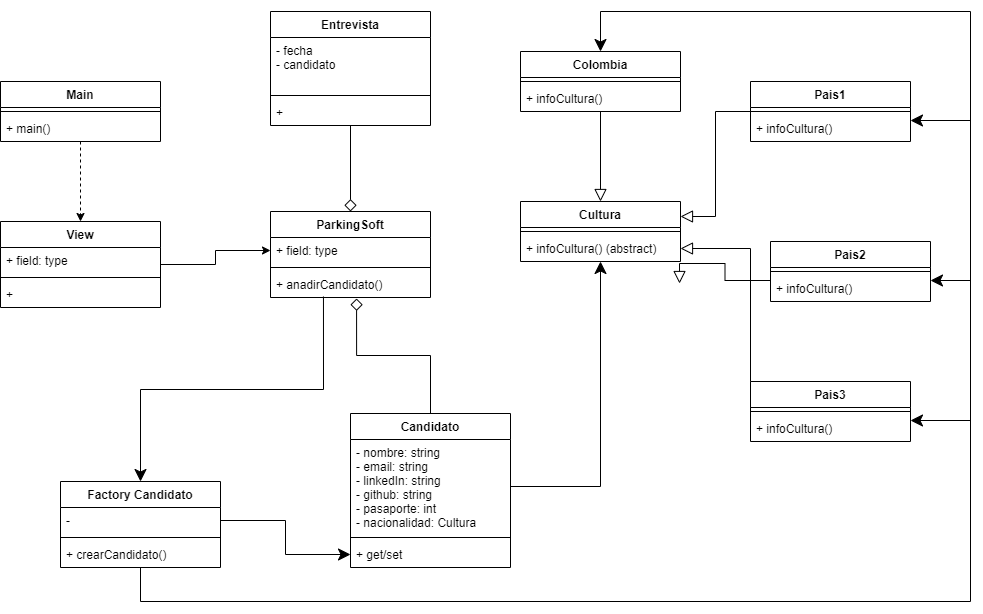
This is Diagrama/Diagrama clases - Recruitment.png from IsaacEscobar/Recruitment-IER-EDLF, a draw.io export, as it was before one commit. Source tidied: cells renumbered, new cells last; positions are measured from the earlier drawing's top-left corner, leaving out a move shared by most shapes.
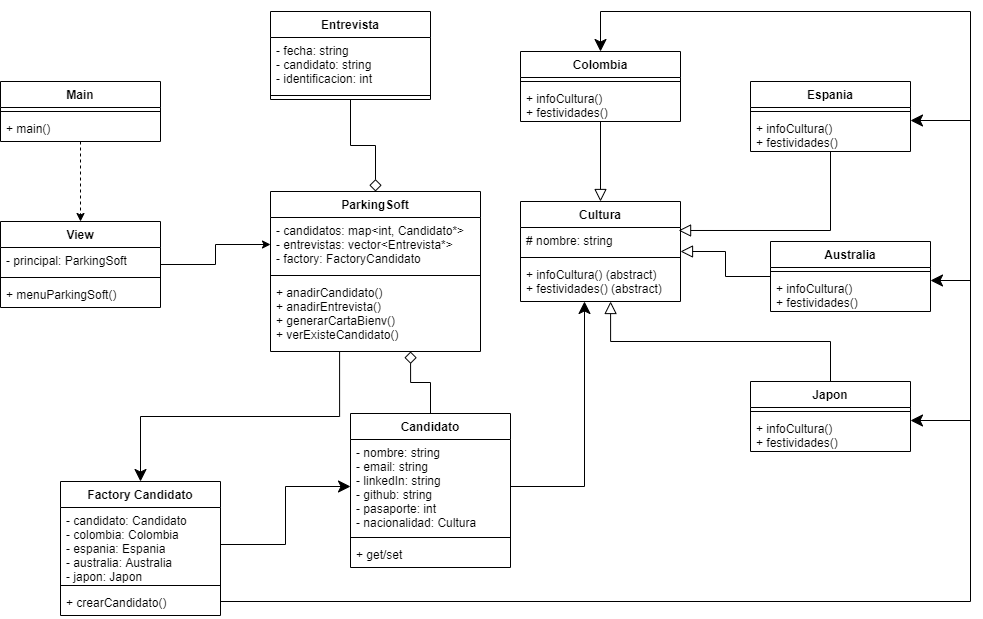
Later version of the same file.

Commit message:
diagrama terminado

Diff of the diagram source:
```diff
@@ -20,31 +20,31 @@
     <mxCell id="7" value="View" style="swimlane;fontStyle=1;align=center;verticalAlign=top;horizontal=1;startSize=26;" parent="1" vertex="1">
       <mxGeometry y="210" width="160" height="86" as="geometry" />
     </mxCell>
-    <mxCell id="8" value="+ field: type" style="text;strokeColor=none;fillColor=none;align=left;verticalAlign=top;spacingLeft=4;spacingRight=4;overflow=hidden;" parent="7" vertex="1">
+    <mxCell id="8" value="- principal: ParkingSoft" style="text;strokeColor=none;fillColor=none;align=left;verticalAlign=top;spacingLeft=4;spacingRight=4;overflow=hidden;" parent="7" vertex="1">
       <mxGeometry y="26" width="160" height="26" as="geometry" />
     </mxCell>
     <mxCell id="9" style="line;strokeWidth=1;fillColor=none;align=left;verticalAlign=middle;spacingTop=-1;spacingLeft=3;spacingRight=3;labelPosition=right;" parent="7" vertex="1">
       <mxGeometry y="52" width="160" height="8" as="geometry" />
     </mxCell>
-    <mxCell id="10" value="+ " style="text;strokeColor=none;fillColor=none;align=left;verticalAlign=top;spacingLeft=4;spacingRight=4;overflow=hidden;" parent="7" vertex="1">
+    <mxCell id="10" value="+ menuParkingSoft()" style="text;strokeColor=none;fillColor=none;align=left;verticalAlign=top;spacingLeft=4;spacingRight=4;overflow=hidden;" parent="7" vertex="1">
       <mxGeometry y="60" width="160" height="26" as="geometry" />
     </mxCell>
-    <mxCell id="11" style="edgeStyle=orthogonalEdgeStyle;rounded=0;jettySize=auto;html=1;entryX=0.5;entryY=0;entryDx=0;entryDy=0;startArrow=none;startFill=0;endArrow=classic;endFill=1;startSize=10;endSize=10;strokeWidth=1;exitX=0.331;exitY=0.962;exitDx=0;exitDy=0;exitPerimeter=0;" parent="1" edge="1" source="15" target="38">
+    <mxCell id="11" style="edgeStyle=orthogonalEdgeStyle;rounded=0;jettySize=auto;html=1;entryX=0.5;entryY=0;entryDx=0;entryDy=0;startArrow=none;startFill=0;endArrow=classic;endFill=1;startSize=10;endSize=10;strokeWidth=1;exitX=0.329;exitY=1;exitDx=0;exitDy=0;exitPerimeter=0;" parent="1" edge="1" source="15" target="38">
       <mxGeometry relative="1" as="geometry" />
     </mxCell>
     <mxCell id="12" value="ParkingSoft" style="swimlane;fontStyle=1;align=center;verticalAlign=top;horizontal=1;startSize=26;" parent="1" vertex="1">
-      <mxGeometry x="270" y="200" width="160" height="86" as="geometry" />
+      <mxGeometry x="270" y="180" width="210" height="160" as="geometry" />
     </mxCell>
-    <mxCell id="13" value="+ field: type" style="text;strokeColor=none;fillColor=none;align=left;verticalAlign=top;spacingLeft=4;spacingRight=4;overflow=hidden;points=[[0,0.5],[1,0.5]];portConstraint=eastwest;" parent="12" vertex="1">
-      <mxGeometry y="26" width="160" height="26" as="geometry" />
+    <mxCell id="13" value="- candidatos: map&lt;int, Candidato*&gt;&#10;- entrevistas: vector&lt;Entrevista*&gt;&#10;- factory: FactoryCandidato" style="text;strokeColor=none;fillColor=none;align=left;verticalAlign=top;spacingLeft=4;spacingRight=4;overflow=hidden;points=[[0,0.5],[1,0.5]];portConstraint=eastwest;" parent="12" vertex="1">
+      <mxGeometry y="26" width="210" height="54" as="geometry" />
     </mxCell>
     <mxCell id="14" style="line;strokeWidth=1;fillColor=none;align=left;verticalAlign=middle;spacingTop=-1;spacingLeft=3;spacingRight=3;labelPosition=right;" parent="12" vertex="1">
-      <mxGeometry y="52" width="160" height="8" as="geometry" />
+      <mxGeometry y="80" width="210" height="8" as="geometry" />
     </mxCell>
-    <mxCell id="15" value="+ anadirCandidato()" style="text;strokeColor=none;fillColor=none;align=left;verticalAlign=top;spacingLeft=4;spacingRight=4;overflow=hidden;points=[[0,0.5],[1,0.5]];portConstraint=eastwest;" parent="12" vertex="1">
-      <mxGeometry y="60" width="160" height="26" as="geometry" />
+    <mxCell id="15" value="+ anadirCandidato()&#10;+ anadirEntrevista()&#10;+ generarCartaBienv()&#10;+ verExisteCandidato()" style="text;strokeColor=none;fillColor=none;align=left;verticalAlign=top;spacingLeft=4;spacingRight=4;overflow=hidden;points=[[0,0.5],[1,0.5]];portConstraint=eastwest;" parent="12" vertex="1">
+      <mxGeometry y="88" width="210" height="72" as="geometry" />
     </mxCell>
-    <mxCell id="16" style="edgeStyle=orthogonalEdgeStyle;rounded=0;jettySize=auto;html=1;entryX=0.538;entryY=1.038;entryDx=0;entryDy=0;entryPerimeter=0;startArrow=none;startFill=0;endArrow=diamond;endFill=0;endSize=10;strokeWidth=1;" parent="1" edge="1" source="17" target="15">
+    <mxCell id="16" style="edgeStyle=orthogonalEdgeStyle;rounded=0;jettySize=auto;html=1;entryX=0.667;entryY=1;entryDx=0;entryDy=0;entryPerimeter=0;endArrow=diamond;endFill=0;endSize=10;" parent="1" edge="1" source="17" target="15">
       <mxGeometry relative="1" as="geometry" />
     </mxCell>
     <mxCell id="17" value="Candidato" style="swimlane;fontStyle=1;align=center;verticalAlign=top;horizontal=1;startSize=26;" parent="1" vertex="1">
@@ -59,59 +59,42 @@
     <mxCell id="20" value="+ get/set" style="text;strokeColor=none;fillColor=none;align=left;verticalAlign=top;spacingLeft=4;spacingRight=4;overflow=hidden;points=[[0,0.5],[1,0.5]];portConstraint=eastwest;" parent="17" vertex="1">
       <mxGeometry y="128" width="160" height="26" as="geometry" />
     </mxCell>
-    <mxCell id="21" style="edgeStyle=orthogonalEdgeStyle;rounded=0;jettySize=auto;html=1;entryX=1;entryY=0.5;entryDx=0;entryDy=0;startArrow=classic;startFill=1;endArrow=none;endFill=0;endSize=10;strokeWidth=1;startSize=10;" parent="1" edge="1" source="22" target="18">
-      <mxGeometry relative="1" as="geometry" />
-    </mxCell>
-    <mxCell id="22" value="Cultura" style="swimlane;fontStyle=1;align=center;verticalAlign=top;horizontal=1;startSize=26;" parent="1" vertex="1">
-      <mxGeometry x="520" y="190" width="160" height="60" as="geometry" />
-    </mxCell>
-    <mxCell id="23" style="line;strokeWidth=1;fillColor=none;align=left;verticalAlign=middle;spacingTop=-1;spacingLeft=3;spacingRight=3;labelPosition=right;" parent="22" vertex="1">
-      <mxGeometry y="26" width="160" height="8" as="geometry" />
-    </mxCell>
-    <mxCell id="24" value="+ infoCultura() (abstract)" style="text;strokeColor=none;fillColor=none;align=left;verticalAlign=top;spacingLeft=4;spacingRight=4;overflow=hidden;points=[[0,0.5],[1,0.5]];portConstraint=eastwest;" parent="22" vertex="1">
-      <mxGeometry y="34" width="160" height="26" as="geometry" />
-    </mxCell>
-    <mxCell id="25" style="edgeStyle=orthogonalEdgeStyle;rounded=0;jettySize=auto;html=1;entryX=1;entryY=0.25;entryDx=0;entryDy=0;startArrow=none;startFill=0;endArrow=block;endFill=0;endSize=10;strokeWidth=1;" parent="1" edge="1" source="26" target="22">
-      <mxGeometry relative="1" as="geometry" />
-    </mxCell>
+    <mxCell id="55" style="edgeStyle=orthogonalEdgeStyle;rounded=0;jettySize=auto;html=1;entryX=0.988;entryY=0.115;entryDx=0;entryDy=0;entryPerimeter=0;endArrow=block;endFill=0;endSize=10;" parent="1" edge="1" source="26" target="58">
+      <mxGeometry relative="1" as="geometry" />
+    </mxCell>
-    <mxCell id="26" value="Pais1" style="swimlane;fontStyle=1;align=center;verticalAlign=top;horizontal=1;startSize=26;" parent="1" vertex="1">
-      <mxGeometry x="750" y="70" width="160" height="60" as="geometry" />
+    <mxCell id="26" value="Espania" style="swimlane;fontStyle=1;align=center;verticalAlign=top;horizontal=1;startSize=26;" parent="1" vertex="1">
+      <mxGeometry x="750" y="70" width="160" height="70" as="geometry" />
     </mxCell>
     <mxCell id="27" style="line;strokeWidth=1;fillColor=none;align=left;verticalAlign=middle;spacingTop=-1;spacingLeft=3;spacingRight=3;labelPosition=right;" parent="26" vertex="1">
       <mxGeometry y="26" width="160" height="8" as="geometry" />
     </mxCell>
-    <mxCell id="28" value="+ infoCultura() " style="text;strokeColor=none;fillColor=none;align=left;verticalAlign=top;spacingLeft=4;spacingRight=4;overflow=hidden;" parent="26" vertex="1">
-      <mxGeometry y="34" width="160" height="26" as="geometry" />
+    <mxCell id="28" value="+ infoCultura()&#10;+ festividades()" style="text;strokeColor=none;fillColor=none;align=left;verticalAlign=top;spacingLeft=4;spacingRight=4;overflow=hidden;" parent="26" vertex="1">
+      <mxGeometry y="34" width="160" height="36" as="geometry" />
     </mxCell>
+    <mxCell id="56" style="edgeStyle=orthogonalEdgeStyle;rounded=0;jettySize=auto;html=1;entryX=1;entryY=0.923;entryDx=0;entryDy=0;entryPerimeter=0;endArrow=block;endFill=0;endSize=10;" parent="1" edge="1" source="29" target="58">
+      <mxGeometry relative="1" as="geometry" />
+    </mxCell>
-    <mxCell id="29" value="Pais2" style="swimlane;fontStyle=1;align=center;verticalAlign=top;horizontal=1;startSize=26;" parent="1" vertex="1">
-      <mxGeometry x="770" y="230" width="160" height="60" as="geometry" />
+    <mxCell id="29" value="Australia" style="swimlane;fontStyle=1;align=center;verticalAlign=top;horizontal=1;startSize=26;" parent="1" vertex="1">
+      <mxGeometry x="770" y="230" width="160" height="70" as="geometry" />
     </mxCell>
     <mxCell id="30" style="line;strokeWidth=1;fillColor=none;align=left;verticalAlign=middle;spacingTop=-1;spacingLeft=3;spacingRight=3;labelPosition=right;" parent="29" vertex="1">
       <mxGeometry y="26" width="160" height="8" as="geometry" />
     </mxCell>
-    <mxCell id="31" value="+ infoCultura() " style="text;strokeColor=none;fillColor=none;align=left;verticalAlign=top;spacingLeft=4;spacingRight=4;overflow=hidden;" parent="29" vertex="1">
-      <mxGeometry y="34" width="160" height="26" as="geometry" />
+    <mxCell id="31" value="+ infoCultura()&#10;+ festividades()" style="text;strokeColor=none;fillColor=none;align=left;verticalAlign=top;spacingLeft=4;spacingRight=4;overflow=hidden;" parent="29" vertex="1">
+      <mxGeometry y="34" width="160" height="36" as="geometry" />
     </mxCell>
-    <mxCell id="32" style="edgeStyle=orthogonalEdgeStyle;rounded=0;jettySize=auto;html=1;entryX=1;entryY=0.5;entryDx=0;entryDy=0;startArrow=none;startFill=0;endArrow=block;endFill=0;endSize=10;strokeWidth=1;exitX=0;exitY=0.5;exitDx=0;exitDy=0;" parent="1" edge="1" target="24">
-      <mxGeometry relative="1" as="geometry">
-        <mxPoint x="750" y="409" as="sourcePoint" />
-      </mxGeometry>
-    </mxCell>
+    <mxCell id="57" style="edgeStyle=orthogonalEdgeStyle;rounded=0;jettySize=auto;html=1;entryX=0.563;entryY=1;entryDx=0;entryDy=0;entryPerimeter=0;endArrow=block;endFill=0;endSize=10;" parent="1" edge="1" source="33" target="60">
+      <mxGeometry relative="1" as="geometry" />
+    </mxCell>
-    <mxCell id="33" value="Pais3" style="swimlane;fontStyle=1;align=center;verticalAlign=top;horizontal=1;startSize=26;" parent="1" vertex="1">
-      <mxGeometry x="750" y="370" width="160" height="60" as="geometry" />
+    <mxCell id="33" value="Japon" style="swimlane;fontStyle=1;align=center;verticalAlign=top;horizontal=1;startSize=26;" parent="1" vertex="1">
+      <mxGeometry x="750" y="370" width="160" height="70" as="geometry" />
     </mxCell>
     <mxCell id="34" style="line;strokeWidth=1;fillColor=none;align=left;verticalAlign=middle;spacingTop=-1;spacingLeft=3;spacingRight=3;labelPosition=right;" parent="33" vertex="1">
       <mxGeometry y="26" width="160" height="8" as="geometry" />
     </mxCell>
-    <mxCell id="35" value="+ infoCultura() " style="text;strokeColor=none;fillColor=none;align=left;verticalAlign=top;spacingLeft=4;spacingRight=4;overflow=hidden;" parent="33" vertex="1">
-      <mxGeometry y="34" width="160" height="26" as="geometry" />
+    <mxCell id="35" value="+ infoCultura()&#10;+ festividades()" style="text;strokeColor=none;fillColor=none;align=left;verticalAlign=top;spacingLeft=4;spacingRight=4;overflow=hidden;" parent="33" vertex="1">
+      <mxGeometry y="34" width="160" height="36" as="geometry" />
     </mxCell>
-    <mxCell id="36" style="edgeStyle=orthogonalEdgeStyle;rounded=0;orthogonalLoop=1;jettySize=auto;html=1;entryX=0.994;entryY=1.154;entryDx=0;entryDy=0;startArrow=none;startFill=0;endArrow=block;endFill=0;endSize=10;strokeWidth=1;entryPerimeter=0;" parent="1" edge="1">
-      <mxGeometry relative="1" as="geometry">
-        <mxPoint x="770" y="269" as="sourcePoint" />
-        <mxPoint x="679" y="272" as="targetPoint" />
-      </mxGeometry>
-    </mxCell>
     <mxCell id="37" style="edgeStyle=orthogonalEdgeStyle;rounded=0;jettySize=auto;html=1;startArrow=none;startFill=0;endArrow=classic;endFill=1;startSize=10;endSize=10;strokeWidth=1;entryX=0.5;entryY=0;entryDx=0;entryDy=0;" parent="1" edge="1" source="38" target="44">
       <mxGeometry relative="1" as="geometry">
         <Array as="points">
@@ -123,31 +106,31 @@
       </mxGeometry>
     </mxCell>
     <mxCell id="38" value="Factory Candidato" style="swimlane;fontStyle=1;align=center;verticalAlign=top;horizontal=1;startSize=26;" parent="1" vertex="1">
-      <mxGeometry x="60" y="470" width="160" height="86" as="geometry" />
+      <mxGeometry x="60" y="470" width="160" height="134" as="geometry" />
     </mxCell>
-    <mxCell id="39" value="-" style="text;strokeColor=none;fillColor=none;align=left;verticalAlign=top;spacingLeft=4;spacingRight=4;overflow=hidden;points=[[0,0.5],[1,0.5]];portConstraint=eastwest;" parent="38" vertex="1">
-      <mxGeometry y="26" width="160" height="26" as="geometry" />
+    <mxCell id="39" value="- candidato: Candidato&#10;- colombia: Colombia&#10;- espania: Espania&#10;- australia: Australia&#10;- japon: Japon" style="text;strokeColor=none;fillColor=none;align=left;verticalAlign=top;spacingLeft=4;spacingRight=4;overflow=hidden;points=[[0,0.5],[1,0.5]];portConstraint=eastwest;" parent="38" vertex="1">
+      <mxGeometry y="26" width="160" height="74" as="geometry" />
     </mxCell>
     <mxCell id="40" style="line;strokeWidth=1;fillColor=none;align=left;verticalAlign=middle;spacingTop=-1;spacingLeft=3;spacingRight=3;labelPosition=right;" parent="38" vertex="1">
-      <mxGeometry y="52" width="160" height="8" as="geometry" />
+      <mxGeometry y="100" width="160" height="8" as="geometry" />
     </mxCell>
     <mxCell id="41" value="+ crearCandidato()" style="text;strokeColor=none;fillColor=none;align=left;verticalAlign=top;spacingLeft=4;spacingRight=4;overflow=hidden;" parent="38" vertex="1">
-      <mxGeometry y="60" width="160" height="26" as="geometry" />
+      <mxGeometry y="108" width="160" height="26" as="geometry" />
     </mxCell>
-    <mxCell id="42" style="edgeStyle=orthogonalEdgeStyle;rounded=0;jettySize=auto;html=1;startArrow=none;startFill=0;endArrow=classic;endFill=1;startSize=10;endSize=10;strokeWidth=1;" parent="1" edge="1" source="39" target="20">
+    <mxCell id="42" style="edgeStyle=orthogonalEdgeStyle;rounded=0;jettySize=auto;html=1;startArrow=none;startFill=0;endArrow=classic;endFill=1;startSize=10;endSize=10;strokeWidth=1;entryX=0;entryY=0.5;entryDx=0;entryDy=0;" parent="1" edge="1" source="39" target="18">
       <mxGeometry relative="1" as="geometry" />
     </mxCell>
-    <mxCell id="43" style="edgeStyle=orthogonalEdgeStyle;rounded=0;jettySize=auto;html=1;endArrow=block;endFill=0;endSize=10;" parent="1" edge="1" source="44" target="22">
+    <mxCell id="43" style="edgeStyle=orthogonalEdgeStyle;rounded=0;jettySize=auto;html=1;endArrow=block;endFill=0;endSize=10;entryX=0.5;entryY=0;entryDx=0;entryDy=0;" parent="1" edge="1" source="44" target="22">
       <mxGeometry relative="1" as="geometry" />
     </mxCell>
     <mxCell id="44" value="Colombia" style="swimlane;fontStyle=1;align=center;verticalAlign=top;horizontal=1;startSize=26;" parent="1" vertex="1">
-      <mxGeometry x="520" y="40" width="160" height="60" as="geometry" />
+      <mxGeometry x="520" y="40" width="160" height="70" as="geometry" />
     </mxCell>
     <mxCell id="45" style="line;strokeWidth=1;fillColor=none;align=left;verticalAlign=middle;spacingTop=-1;spacingLeft=3;spacingRight=3;labelPosition=right;" parent="44" vertex="1">
       <mxGeometry y="26" width="160" height="8" as="geometry" />
     </mxCell>
-    <mxCell id="46" value="+ infoCultura() " style="text;strokeColor=none;fillColor=none;align=left;verticalAlign=top;spacingLeft=4;spacingRight=4;overflow=hidden;" parent="44" vertex="1">
-      <mxGeometry y="34" width="160" height="26" as="geometry" />
+    <mxCell id="46" value="+ infoCultura()&#10;+ festividades()" style="text;strokeColor=none;fillColor=none;align=left;verticalAlign=top;spacingLeft=4;spacingRight=4;overflow=hidden;" parent="44" vertex="1">
+      <mxGeometry y="34" width="160" height="36" as="geometry" />
     </mxCell>
     <mxCell id="47" style="edgeStyle=orthogonalEdgeStyle;rounded=0;orthogonalLoop=1;jettySize=auto;html=1;endArrow=none;endFill=0;endSize=10;startSize=10;startArrow=classic;startFill=1;" parent="1" edge="1">
       <mxGeometry relative="1" as="geometry">
@@ -171,16 +154,28 @@
       <mxGeometry relative="1" as="geometry" />
     </mxCell>
     <mxCell id="51" value="Entrevista" style="swimlane;fontStyle=1;align=center;verticalAlign=top;horizontal=1;startSize=26;" parent="1" vertex="1">
-      <mxGeometry x="270" width="160" height="114" as="geometry" />
+      <mxGeometry x="270" width="160" height="88" as="geometry" />
     </mxCell>
-    <mxCell id="52" value="- fecha&#10;- candidato" style="text;strokeColor=none;fillColor=none;align=left;verticalAlign=top;spacingLeft=4;spacingRight=4;overflow=hidden;" parent="51" vertex="1">
+    <mxCell id="52" value="- fecha: string&#10;- candidato: string&#10;- identificacion: int" style="text;strokeColor=none;fillColor=none;align=left;verticalAlign=top;spacingLeft=4;spacingRight=4;overflow=hidden;" parent="51" vertex="1">
       <mxGeometry y="26" width="160" height="54" as="geometry" />
     </mxCell>
     <mxCell id="53" style="line;strokeWidth=1;fillColor=none;align=left;verticalAlign=middle;spacingTop=-1;spacingLeft=3;spacingRight=3;labelPosition=right;" parent="51" vertex="1">
       <mxGeometry y="80" width="160" height="8" as="geometry" />
     </mxCell>
-    <mxCell id="54" value="+" style="text;strokeColor=none;fillColor=none;align=left;verticalAlign=top;spacingLeft=4;spacingRight=4;overflow=hidden;" parent="51" vertex="1">
-      <mxGeometry y="88" width="160" height="26" as="geometry" />
-    </mxCell>
+    <mxCell id="22" value="Cultura" style="swimlane;fontStyle=1;align=center;verticalAlign=top;horizontal=1;startSize=26;" parent="1" vertex="1">
+      <mxGeometry x="520" y="190" width="160" height="100" as="geometry" />
+    </mxCell>
+    <mxCell id="58" value="# nombre: string" style="text;strokeColor=none;fillColor=none;align=left;verticalAlign=top;spacingLeft=4;spacingRight=4;overflow=hidden;points=[[0,0.5],[1,0.5]];portConstraint=eastwest;" parent="22" vertex="1">
+      <mxGeometry y="26" width="160" height="26" as="geometry" />
+    </mxCell>
+    <mxCell id="59" style="line;strokeWidth=1;fillColor=none;align=left;verticalAlign=middle;spacingTop=-1;spacingLeft=3;spacingRight=3;labelPosition=right;" parent="22" vertex="1">
+      <mxGeometry y="52" width="160" height="8" as="geometry" />
+    </mxCell>
+    <mxCell id="60" value="+ infoCultura() (abstract)&#10;+ festividades() (abstract)" style="text;strokeColor=none;fillColor=none;align=left;verticalAlign=top;spacingLeft=4;spacingRight=4;overflow=hidden;points=[[0,0.5],[1,0.5]];portConstraint=eastwest;" parent="22" vertex="1">
+      <mxGeometry y="60" width="160" height="40" as="geometry" />
+    </mxCell>
+    <mxCell id="61" style="edgeStyle=orthogonalEdgeStyle;rounded=0;jettySize=auto;html=1;entryX=0.4;entryY=1;entryDx=0;entryDy=0;entryPerimeter=0;endArrow=classic;endFill=1;endSize=10;" parent="1" edge="1" source="18" target="60">
+      <mxGeometry relative="1" as="geometry" />
+    </mxCell>
   </root>
 </mxGraphModel>
```
